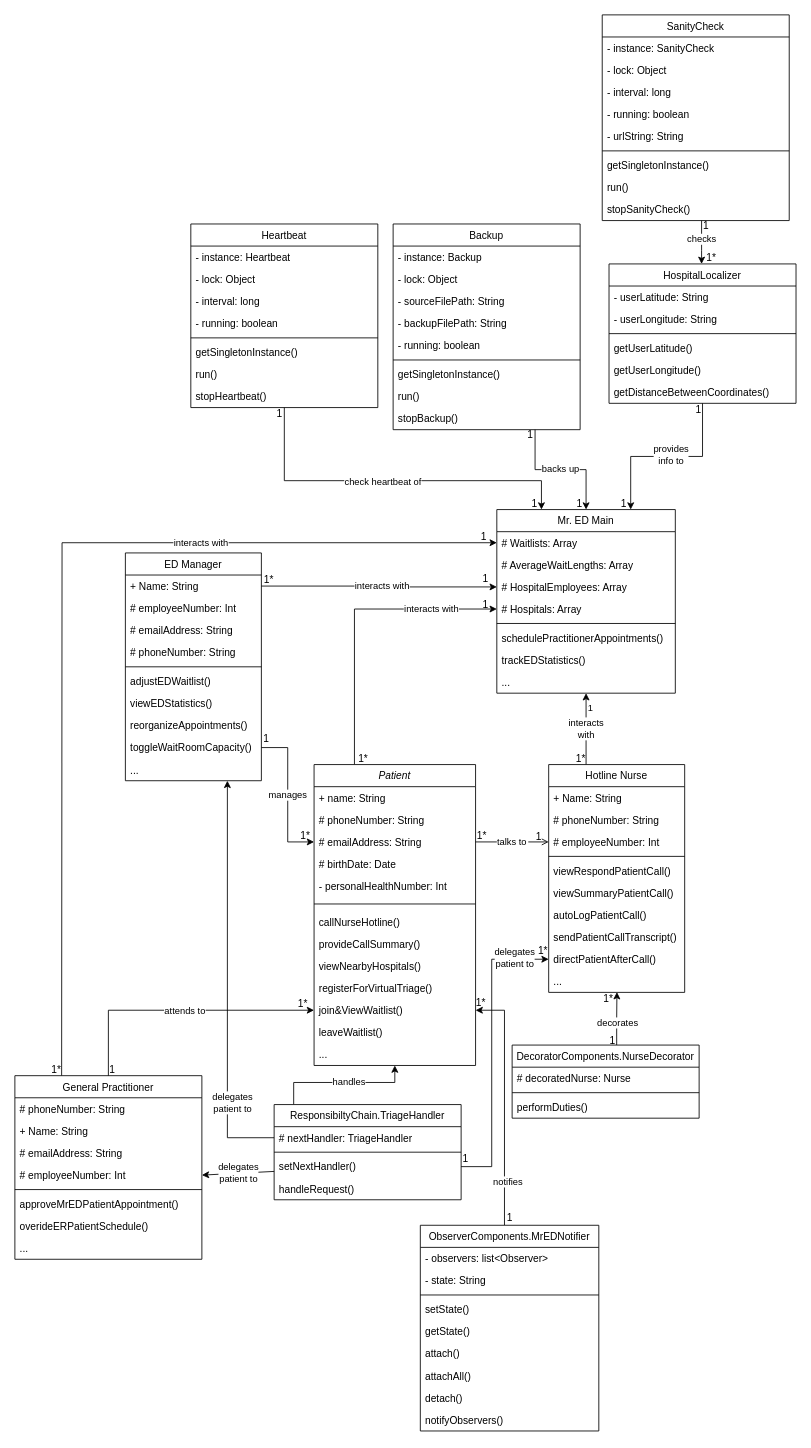
The draw.io diagram AmirWork/M2/Mister_ED_ClassDiagram.drawio in SENG-350-2024-fall/Team9, before the edit. Source tidied: cells renumbered, new cells numbered last; positions are measured from the earlier drawing's top-left corner, leaving out a move shared by most shapes. Both pictures are drawn from the tidied source at 85%, with x=0, y=0 at pixel (14, 14).
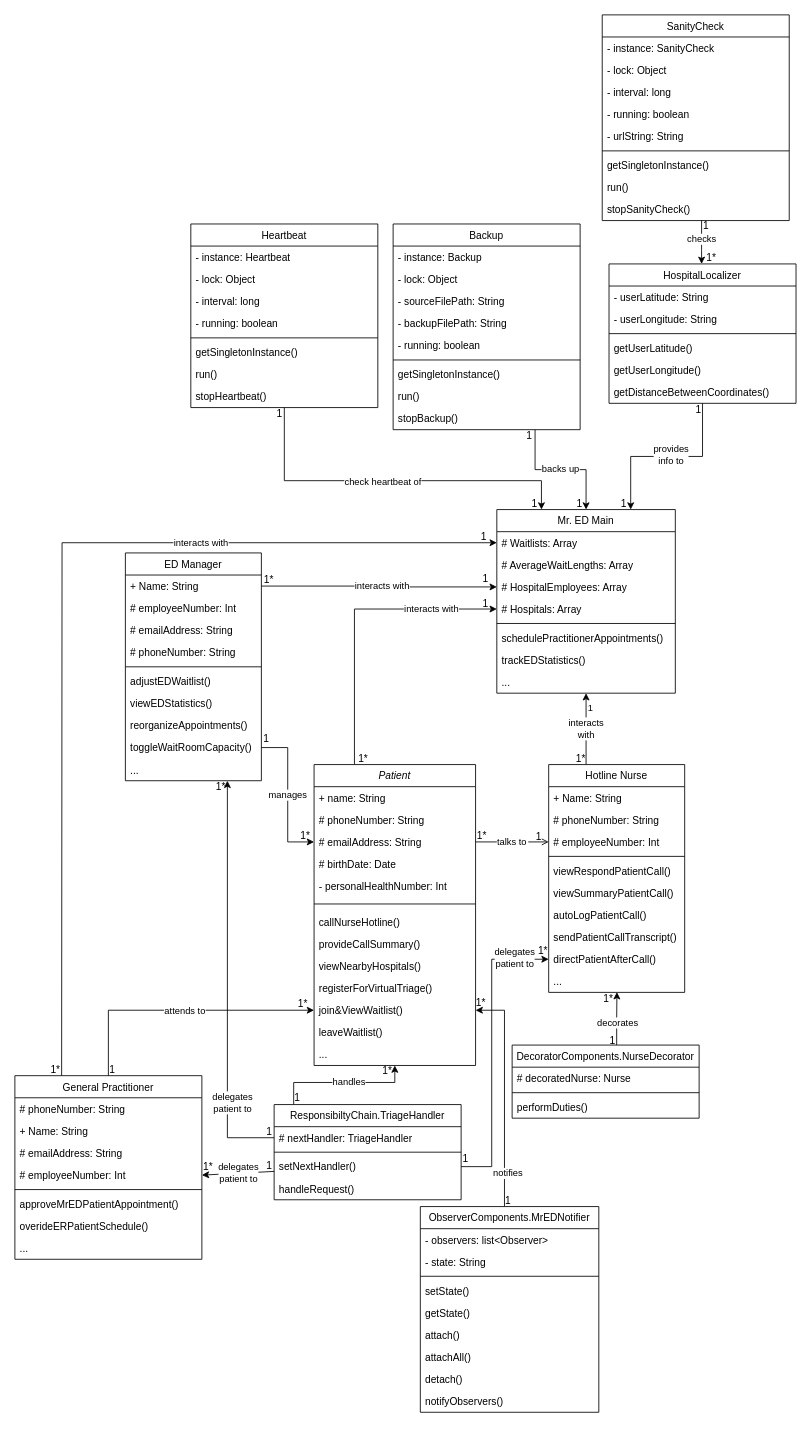
The same diagram, later.

The change refers to these unchanged cells:
```xml
<mxCell id="44" style="group;" parent="1" vertex="1">
  <mxGeometry y="1224" width="256" height="215" as="geometry" />
</mxCell>
<mxCell id="45" style="group;" parent="44" vertex="1">
  <mxGeometry width="220" height="215" as="geometry" />
</mxCell>
<mxCell id="83" style="group;" parent="1" vertex="1">
  <mxGeometry x="522" y="582" width="255" height="216" as="geometry" />
</mxCell>
```

Change to the diagram source:
```diff
@@
     <mxCell id="55" value="1*" style="text;strokeColor=none;align=center;fillColor=none;html=1;verticalAlign=middle;whiteSpace=wrap;rounded=0;" parent="45" vertex="1">
-      <mxGeometry x="19" y="2" width="60" height="30" as="geometry" />
+      <mxGeometry x="18" y="2" width="60" height="30" as="geometry" />
     </mxCell>
@@
+    <mxCell id="174" value="1*" style="text;html=1;align=center;verticalAlign=middle;strokeColor=none;fillColor=none;" parent="44" vertex="1">
+      <mxGeometry x="212" y="118" width="29" height="26" as="geometry" />
+    </mxCell>
@@
     <mxCell id="67" value="ObserverComponents.MrEDNotifier" style="swimlane;fontStyle=0;align=center;verticalAlign=top;horizontal=1;startSize=26;rounded=0;shadow=0;strokeWidth=1;" parent="1" vertex="1">
-      <mxGeometry x="477" y="1424" width="210" height="242" as="geometry" />
+      <mxGeometry x="477" y="1402" width="210" height="242" as="geometry" />
     </mxCell>
@@
     <mxCell id="94" value="1" style="text;strokeColor=none;align=center;fillColor=none;html=1;verticalAlign=middle;whiteSpace=wrap;rounded=0;" parent="83" vertex="1">
-      <mxGeometry x="2" y="97" width="60" height="30" as="geometry" />
+      <mxGeometry x="2" y="96" width="60" height="30" as="geometry" />
     </mxCell>
@@
     <mxCell id="143" value="1" style="text;html=1;align=center;verticalAlign=middle;strokeColor=none;fillColor=none;" parent="1" vertex="1">
-      <mxGeometry x="593" y="481" width="25" height="26" as="geometry" />
+      <mxGeometry x="592" y="482" width="25" height="26" as="geometry" />
     </mxCell>
@@
-    <mxCell id="150" value="1" style="text;html=1;align=center;verticalAlign=middle;strokeColor=none;fillColor=none;" parent="1" vertex="1">
-      <mxGeometry x="569.5" y="1402" width="25" height="26" as="geometry" />
-    </mxCell>
@@
+    <mxCell id="175" value="1*" style="text;html=1;align=center;verticalAlign=middle;strokeColor=none;fillColor=none;" parent="1" vertex="1">
+      <mxGeometry x="423" y="1229" width="29" height="26" as="geometry" />
+    </mxCell>
+    <mxCell id="176" value="1" style="text;html=1;align=center;verticalAlign=middle;strokeColor=none;fillColor=none;" parent="1" vertex="1">
+      <mxGeometry x="319" y="1261" width="25" height="26" as="geometry" />
+    </mxCell>
+    <mxCell id="177" value="1" style="text;html=1;align=center;verticalAlign=middle;strokeColor=none;fillColor=none;" parent="1" vertex="1">
+      <mxGeometry x="286" y="1301" width="25" height="26" as="geometry" />
+    </mxCell>
+    <mxCell id="178" value="1" style="text;html=1;align=center;verticalAlign=middle;strokeColor=none;fillColor=none;" parent="1" vertex="1">
+      <mxGeometry x="286.5" y="1341" width="25" height="26" as="geometry" />
+    </mxCell>
+    <mxCell id="179" value="1*" style="text;html=1;align=center;verticalAlign=middle;strokeColor=none;fillColor=none;" parent="1" vertex="1">
+      <mxGeometry x="227" y="895" width="29" height="26" as="geometry" />
+    </mxCell>
+    <mxCell id="180" value="1" style="text;html=1;align=center;verticalAlign=middle;strokeColor=none;fillColor=none;" parent="1" vertex="1">
+      <mxGeometry x="567" y="1382" width="25" height="26" as="geometry" />
+    </mxCell>
```
